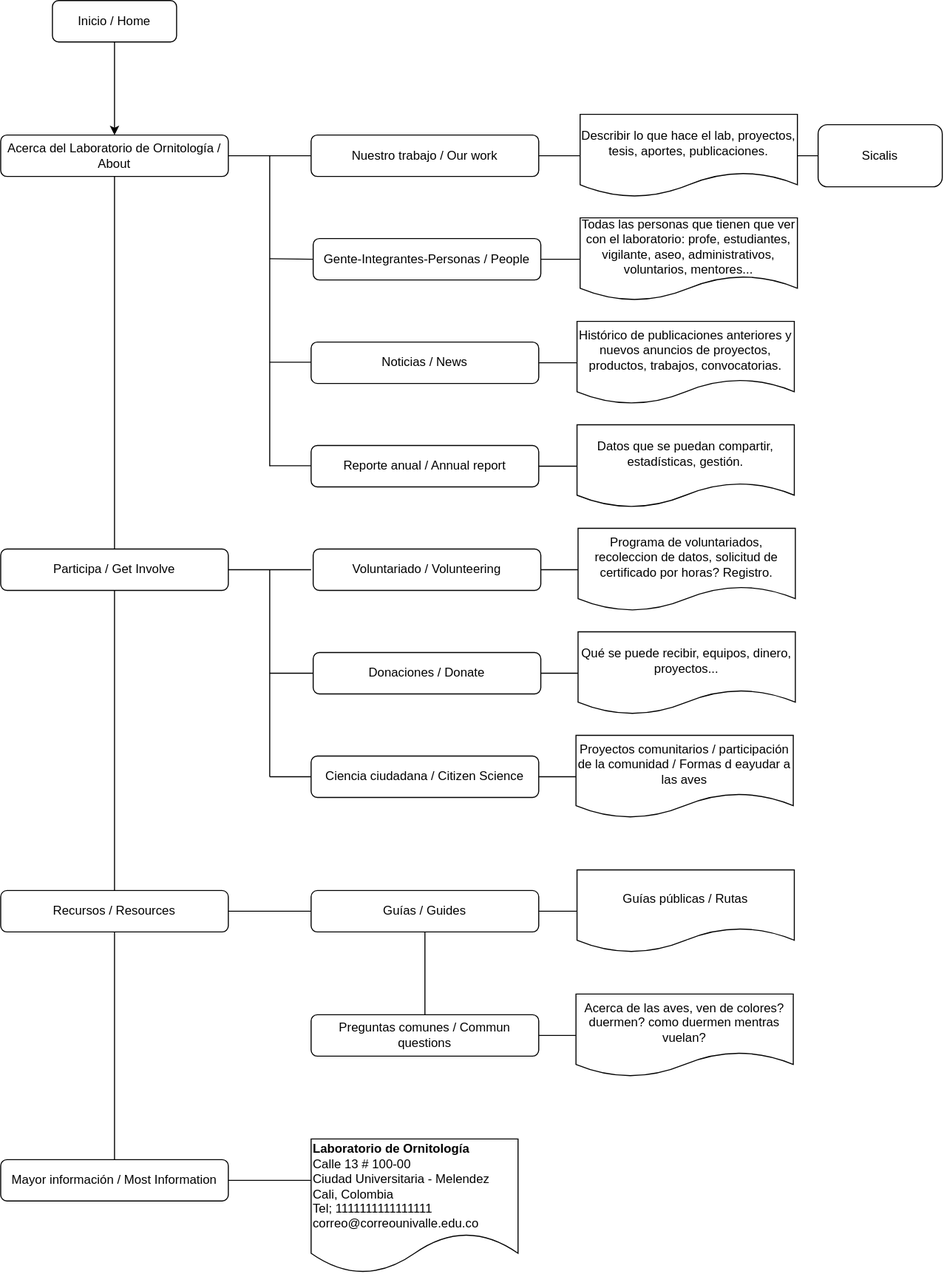
This is univalle.drawio.svg from isabelyb/univalle, a draw.io export, as it was before one commit. Source tidied: cells renumbered, new cells last; positions are measured from the earlier drawing's top-left corner, leaving out a move shared by most shapes. Source of this version:
```xml
<mxGraphModel>
  <root>
    <mxCell id="0" />
    <mxCell id="1" parent="0" />
    <mxCell id="2" style="edgeStyle=orthogonalEdgeStyle;rounded=0;jettySize=auto;html=1;" parent="1" edge="1" source="3" target="6">
      <mxGeometry relative="1" as="geometry" />
    </mxCell>
    <mxCell id="3" value="Inicio / Home" style="rounded=1;whiteSpace=wrap;html=1;fontSize=12;glass=0;strokeWidth=1;shadow=0;" parent="1" vertex="1">
      <mxGeometry x="50" width="120" height="40" as="geometry" />
    </mxCell>
    <mxCell id="4" style="edgeStyle=orthogonalEdgeStyle;rounded=0;jettySize=auto;html=1;endArrow=none;endFill=0;" parent="1" edge="1" source="6" target="8">
      <mxGeometry relative="1" as="geometry" />
    </mxCell>
    <mxCell id="5" style="edgeStyle=orthogonalEdgeStyle;rounded=0;jettySize=auto;html=1;endArrow=none;endFill=0;" parent="1" edge="1" source="6" target="26">
      <mxGeometry relative="1" as="geometry" />
    </mxCell>
    <mxCell id="6" value="Acerca del Laboratorio de Ornitología / About" style="rounded=1;whiteSpace=wrap;html=1;fontSize=12;glass=0;strokeWidth=1;shadow=0;" parent="1" vertex="1">
      <mxGeometry y="130" width="220" height="40" as="geometry" />
    </mxCell>
    <mxCell id="7" style="edgeStyle=orthogonalEdgeStyle;rounded=0;jettySize=auto;html=1;endArrow=none;endFill=0;" parent="1" edge="1" source="8" target="20">
      <mxGeometry relative="1" as="geometry" />
    </mxCell>
    <mxCell id="8" value="Nuestro trabajo / Our work" style="rounded=1;whiteSpace=wrap;html=1;fontSize=12;glass=0;strokeWidth=1;shadow=0;" parent="1" vertex="1">
      <mxGeometry x="300" y="130" width="220" height="40" as="geometry" />
    </mxCell>
    <mxCell id="9" style="endArrow=none;html=1;rounded=0;endFill=0;" parent="1" edge="1">
      <mxGeometry relative="1" as="geometry">
        <mxPoint x="260" y="150" as="sourcePoint" />
        <mxPoint x="260" y="450" as="targetPoint" />
      </mxGeometry>
    </mxCell>
    <mxCell id="10" style="endArrow=none;html=1;rounded=0;entryX=0;entryY=0.5;entryDx=0;entryDy=0;endFill=0;" parent="1" edge="1" target="11">
      <mxGeometry relative="1" as="geometry">
        <mxPoint x="260" y="249.5" as="sourcePoint" />
      </mxGeometry>
    </mxCell>
    <mxCell id="11" value="Gente-Integrantes-Personas / People" style="rounded=1;whiteSpace=wrap;html=1;fontSize=12;glass=0;strokeWidth=1;shadow=0;" parent="1" vertex="1">
      <mxGeometry x="302" y="230" width="220" height="40" as="geometry" />
    </mxCell>
    <mxCell id="12" style="endArrow=none;html=1;rounded=0;endFill=0;" parent="1" edge="1">
      <mxGeometry relative="1" as="geometry">
        <mxPoint x="260" y="349.5" as="sourcePoint" />
        <mxPoint x="300" y="349.5" as="targetPoint" />
        <Array as="points">
          <mxPoint x="290" y="349.5" />
        </Array>
      </mxGeometry>
    </mxCell>
    <mxCell id="13" value="Noticias / News" style="rounded=1;whiteSpace=wrap;html=1;fontSize=12;glass=0;strokeWidth=1;shadow=0;" parent="1" vertex="1">
      <mxGeometry x="300" y="330" width="220" height="40" as="geometry" />
    </mxCell>
    <mxCell id="14" style="endArrow=none;html=1;rounded=0;endFill=0;" parent="1" edge="1">
      <mxGeometry relative="1" as="geometry">
        <mxPoint x="260" y="449.5" as="sourcePoint" />
        <mxPoint x="300" y="449.5" as="targetPoint" />
        <Array as="points">
          <mxPoint x="290" y="449.5" />
        </Array>
      </mxGeometry>
    </mxCell>
    <mxCell id="15" value="Reporte anual / Annual report" style="rounded=1;whiteSpace=wrap;html=1;fontSize=12;glass=0;strokeWidth=1;shadow=0;" parent="1" vertex="1">
      <mxGeometry x="300" y="430" width="220" height="40" as="geometry" />
    </mxCell>
    <mxCell id="16" style="edgeStyle=orthogonalEdgeStyle;rounded=0;jettySize=auto;html=1;endArrow=none;endFill=0;" parent="1" edge="1" source="17" target="15">
      <mxGeometry relative="1" as="geometry" />
    </mxCell>
    <mxCell id="17" value="Datos que se puedan compartir, estadísticas, gestión." style="shape=document;whiteSpace=wrap;html=1;boundedLbl=1;rounded=1;shadow=0;strokeWidth=1;glass=0;" parent="1" vertex="1">
      <mxGeometry x="557" y="410" width="210" height="80" as="geometry" />
    </mxCell>
    <mxCell id="18" style="edgeStyle=orthogonalEdgeStyle;rounded=0;jettySize=auto;html=1;endArrow=none;endFill=0;exitX=1;exitY=0.5;exitDx=0;exitDy=0;exitPerimeter=0;" parent="1" edge="1" source="11" target="21">
      <mxGeometry relative="1" as="geometry" />
    </mxCell>
    <mxCell id="19" style="edgeStyle=orthogonalEdgeStyle;rounded=0;jettySize=auto;html=1;endArrow=none;endFill=0;" parent="1" edge="1" source="20" target="52">
      <mxGeometry relative="1" as="geometry" />
    </mxCell>
    <mxCell id="20" value="Describir lo que hace el lab, proyectos, tesis, aportes, publicaciones." style="shape=document;whiteSpace=wrap;html=1;boundedLbl=1;rounded=1;shadow=0;strokeWidth=1;glass=0;" parent="1" vertex="1">
      <mxGeometry x="560" y="110" width="210" height="80" as="geometry" />
    </mxCell>
    <mxCell id="21" value="Todas las personas que tienen que ver con el laboratorio: profe, estudiantes, vigilante, aseo, administrativos, voluntarios, mentores..." style="shape=document;whiteSpace=wrap;html=1;boundedLbl=1;rounded=1;shadow=0;strokeWidth=1;glass=0;" parent="1" vertex="1">
      <mxGeometry x="560" y="210" width="210" height="80" as="geometry" />
    </mxCell>
    <mxCell id="22" style="edgeStyle=orthogonalEdgeStyle;rounded=0;jettySize=auto;html=1;endArrow=none;endFill=0;exitX=1;exitY=0.5;exitDx=0;exitDy=0;" parent="1" edge="1" source="13" target="23">
      <mxGeometry relative="1" as="geometry" />
    </mxCell>
    <mxCell id="23" value="Histórico de publicaciones anteriores y nuevos anuncios de proyectos, productos, trabajos, convocatorias." style="shape=document;whiteSpace=wrap;html=1;boundedLbl=1;rounded=1;shadow=0;strokeWidth=1;glass=0;" parent="1" vertex="1">
      <mxGeometry x="557" y="310" width="210" height="80" as="geometry" />
    </mxCell>
    <mxCell id="24" style="edgeStyle=orthogonalEdgeStyle;rounded=0;jettySize=auto;html=1;endArrow=none;endFill=0;" parent="1" edge="1" source="26">
      <mxGeometry relative="1" as="geometry">
        <mxPoint x="300" y="550" as="targetPoint" />
      </mxGeometry>
    </mxCell>
    <mxCell id="25" style="edgeStyle=orthogonalEdgeStyle;rounded=0;jettySize=auto;html=1;endArrow=none;endFill=0;" parent="1" edge="1" source="26" target="41">
      <mxGeometry relative="1" as="geometry" />
    </mxCell>
    <mxCell id="26" value="Participa / Get Involve" style="whiteSpace=wrap;html=1;rounded=1;shadow=0;strokeWidth=1;glass=0;" parent="1" vertex="1">
      <mxGeometry y="530" width="220" height="40" as="geometry" />
    </mxCell>
    <mxCell id="27" style="endArrow=none;html=1;rounded=0;" parent="1" edge="1">
      <mxGeometry relative="1" as="geometry">
        <mxPoint x="260" y="550" as="sourcePoint" />
        <mxPoint x="260" y="750" as="targetPoint" />
      </mxGeometry>
    </mxCell>
    <mxCell id="28" style="edgeStyle=orthogonalEdgeStyle;rounded=0;jettySize=auto;html=1;endArrow=none;endFill=0;" parent="1" edge="1" source="29" target="30">
      <mxGeometry relative="1" as="geometry" />
    </mxCell>
    <mxCell id="29" value="Voluntariado / Volunteering" style="rounded=1;whiteSpace=wrap;html=1;fontSize=12;glass=0;strokeWidth=1;shadow=0;" parent="1" vertex="1">
      <mxGeometry x="302" y="530" width="220" height="40" as="geometry" />
    </mxCell>
    <mxCell id="30" value="Programa de voluntariados, recoleccion de datos, solicitud de certificado por horas? Registro." style="shape=document;whiteSpace=wrap;html=1;boundedLbl=1;rounded=1;shadow=0;strokeWidth=1;glass=0;" parent="1" vertex="1">
      <mxGeometry x="558" y="510" width="210" height="80" as="geometry" />
    </mxCell>
    <mxCell id="31" style="edgeStyle=orthogonalEdgeStyle;rounded=0;jettySize=auto;html=1;endArrow=none;endFill=0;" parent="1" edge="1" source="32" target="33">
      <mxGeometry relative="1" as="geometry" />
    </mxCell>
    <mxCell id="32" value="Donaciones / Donate" style="rounded=1;whiteSpace=wrap;html=1;fontSize=12;glass=0;strokeWidth=1;shadow=0;" parent="1" vertex="1">
      <mxGeometry x="302" y="630" width="220" height="40" as="geometry" />
    </mxCell>
    <mxCell id="33" value="Qué se puede recibir, equipos, dinero, proyectos..." style="shape=document;whiteSpace=wrap;html=1;boundedLbl=1;rounded=1;shadow=0;strokeWidth=1;glass=0;" parent="1" vertex="1">
      <mxGeometry x="558" y="610" width="210" height="80" as="geometry" />
    </mxCell>
    <mxCell id="34" style="endArrow=none;html=1;rounded=0;endFill=0;entryX=0;entryY=0.5;entryDx=0;entryDy=0;" parent="1" edge="1" target="32">
      <mxGeometry relative="1" as="geometry">
        <mxPoint x="260" y="650" as="sourcePoint" />
      </mxGeometry>
    </mxCell>
    <mxCell id="35" style="edgeStyle=orthogonalEdgeStyle;rounded=0;jettySize=auto;html=1;endArrow=none;endFill=0;" parent="1" edge="1" source="36" target="37">
      <mxGeometry relative="1" as="geometry" />
    </mxCell>
    <mxCell id="36" value="Ciencia ciudadana / Citizen Science" style="rounded=1;whiteSpace=wrap;html=1;fontSize=12;glass=0;strokeWidth=1;shadow=0;" parent="1" vertex="1">
      <mxGeometry x="300" y="730" width="220" height="40" as="geometry" />
    </mxCell>
    <mxCell id="37" value="Proyectos comunitarios / participación de la comunidad / Formas d eayudar a las aves" style="shape=document;whiteSpace=wrap;html=1;boundedLbl=1;rounded=1;shadow=0;strokeWidth=1;glass=0;" parent="1" vertex="1">
      <mxGeometry x="556" y="710" width="210" height="80" as="geometry" />
    </mxCell>
    <mxCell id="38" style="endArrow=none;html=1;rounded=0;" parent="1" edge="1">
      <mxGeometry relative="1" as="geometry">
        <mxPoint x="260" y="750" as="sourcePoint" />
        <mxPoint x="300" y="750" as="targetPoint" />
      </mxGeometry>
    </mxCell>
    <mxCell id="39" style="edgeStyle=orthogonalEdgeStyle;rounded=0;jettySize=auto;html=1;endArrow=none;endFill=0;" parent="1" edge="1" source="41" target="44">
      <mxGeometry relative="1" as="geometry" />
    </mxCell>
    <mxCell id="40" style="edgeStyle=orthogonalEdgeStyle;rounded=0;jettySize=auto;html=1;endArrow=none;endFill=0;" parent="1" edge="1" source="41" target="50">
      <mxGeometry relative="1" as="geometry" />
    </mxCell>
    <mxCell id="41" value="Recursos / Resources" style="whiteSpace=wrap;html=1;rounded=1;shadow=0;strokeWidth=1;glass=0;" parent="1" vertex="1">
      <mxGeometry y="860" width="220" height="40" as="geometry" />
    </mxCell>
    <mxCell id="42" style="edgeStyle=orthogonalEdgeStyle;rounded=0;jettySize=auto;html=1;endArrow=none;endFill=0;" parent="1" edge="1" source="44" target="45">
      <mxGeometry relative="1" as="geometry" />
    </mxCell>
    <mxCell id="43" style="edgeStyle=orthogonalEdgeStyle;rounded=0;jettySize=auto;html=1;endArrow=none;endFill=0;" parent="1" edge="1" source="44" target="47">
      <mxGeometry relative="1" as="geometry" />
    </mxCell>
    <mxCell id="44" value="Guías / Guides" style="whiteSpace=wrap;html=1;rounded=1;shadow=0;strokeWidth=1;glass=0;" parent="1" vertex="1">
      <mxGeometry x="300" y="860" width="220" height="40" as="geometry" />
    </mxCell>
    <mxCell id="45" value="Guías públicas / Rutas" style="shape=document;whiteSpace=wrap;html=1;boundedLbl=1;rounded=1;shadow=0;strokeWidth=1;glass=0;" parent="1" vertex="1">
      <mxGeometry x="557" y="840" width="210" height="80" as="geometry" />
    </mxCell>
    <mxCell id="46" style="edgeStyle=orthogonalEdgeStyle;rounded=0;jettySize=auto;html=1;endArrow=none;endFill=0;" parent="1" edge="1" source="47" target="48">
      <mxGeometry relative="1" as="geometry" />
    </mxCell>
    <mxCell id="47" value="Preguntas comunes / Commun questions" style="whiteSpace=wrap;html=1;rounded=1;shadow=0;strokeWidth=1;glass=0;" parent="1" vertex="1">
      <mxGeometry x="300" y="980" width="220" height="40" as="geometry" />
    </mxCell>
    <mxCell id="48" value="Acerca de las aves, ven de colores? duermen? como duermen mentras vuelan?" style="shape=document;whiteSpace=wrap;html=1;boundedLbl=1;rounded=1;shadow=0;strokeWidth=1;glass=0;" parent="1" vertex="1">
      <mxGeometry x="556" y="960" width="210" height="80" as="geometry" />
    </mxCell>
    <mxCell id="49" style="edgeStyle=orthogonalEdgeStyle;rounded=0;jettySize=auto;html=1;endArrow=none;endFill=0;" parent="1" edge="1" source="50">
      <mxGeometry relative="1" as="geometry">
        <mxPoint x="300" y="1140" as="targetPoint" />
      </mxGeometry>
    </mxCell>
    <mxCell id="50" value="Mayor información / Most Information" style="whiteSpace=wrap;html=1;rounded=1;shadow=0;strokeWidth=1;glass=0;" parent="1" vertex="1">
      <mxGeometry y="1120" width="220" height="40" as="geometry" />
    </mxCell>
    <mxCell id="51" value="&lt;b&gt;Laboratorio de Ornitología&lt;/b&gt;&lt;br&gt;&lt;div&gt;&lt;span&gt;Calle 13 # 100-00&lt;/span&gt;&lt;br&gt;&lt;/div&gt;&lt;div&gt;&lt;span&gt;&lt;div&gt;Ciudad Universitaria - Melendez&lt;/div&gt;&lt;div&gt;Cali, Colombia&lt;/div&gt;&lt;div&gt;Tel; 1111111111111111&lt;/div&gt;&lt;div&gt;correo@correounivalle.edu.co&lt;/div&gt;&lt;/span&gt;&lt;/div&gt;" style="shape=document;whiteSpace=wrap;html=1;boundedLbl=1;rounded=1;shadow=0;strokeWidth=1;glass=0;align=left;" parent="1" vertex="1">
      <mxGeometry x="300" y="1100" width="200" height="130" as="geometry" />
    </mxCell>
    <mxCell id="52" value="Sicalis" style="rounded=1;whiteSpace=wrap;html=1;shadow=0;strokeWidth=1;glass=0;" parent="1" vertex="1">
      <mxGeometry x="790" y="120" width="120" height="60" as="geometry" />
    </mxCell>
  </root>
</mxGraphModel>
```
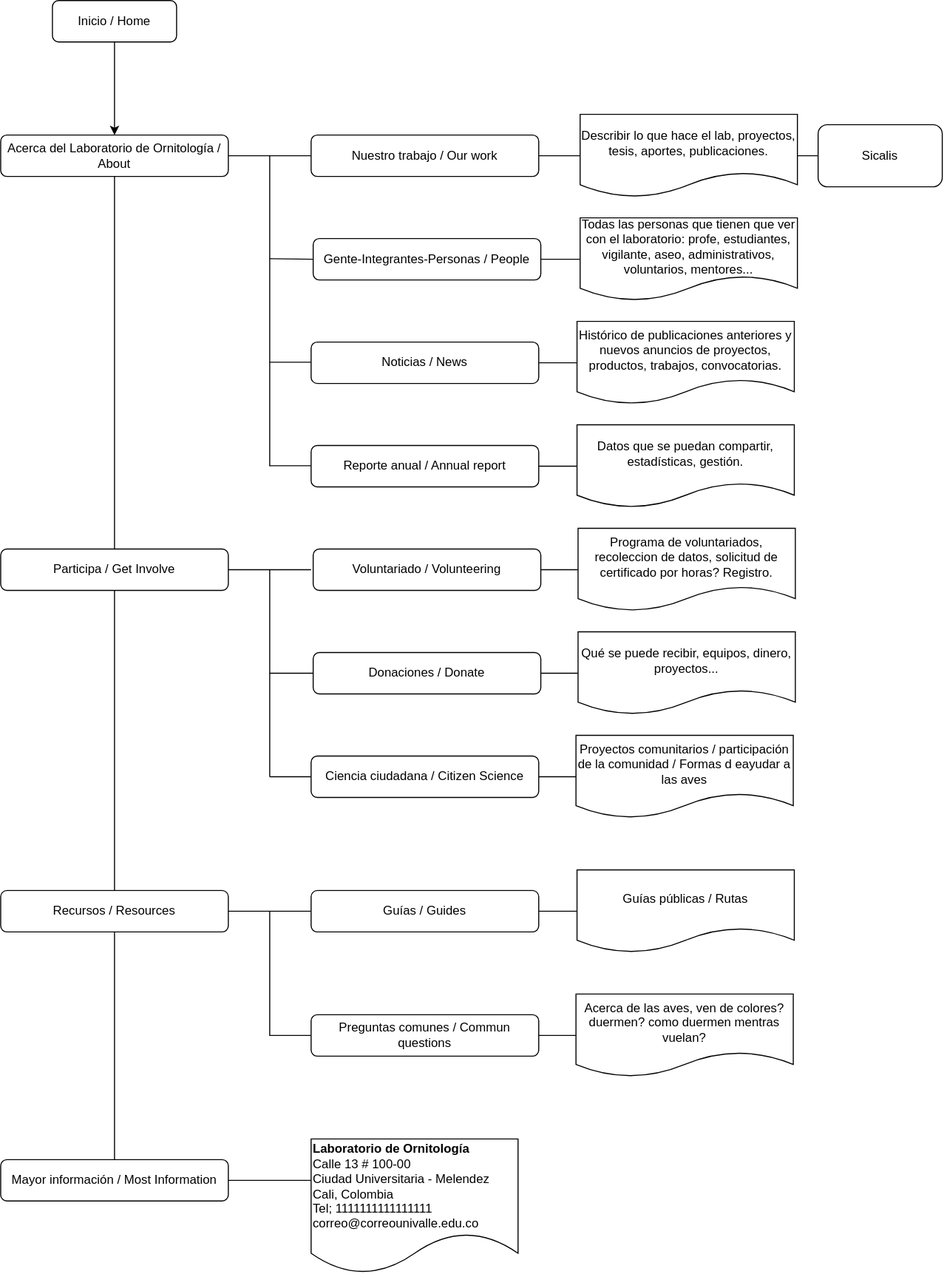
The same diagram one commit later.

What changed in the source:
```diff
@@ -152,8 +152,14 @@
     <mxCell id="42" style="edgeStyle=orthogonalEdgeStyle;rounded=0;jettySize=auto;html=1;endArrow=none;endFill=0;" parent="1" edge="1" source="44" target="45">
       <mxGeometry relative="1" as="geometry" />
     </mxCell>
-    <mxCell id="43" style="edgeStyle=orthogonalEdgeStyle;rounded=0;jettySize=auto;html=1;endArrow=none;endFill=0;" parent="1" edge="1" source="44" target="47">
-      <mxGeometry relative="1" as="geometry" />
+    <mxCell id="43" style="edgeStyle=orthogonalEdgeStyle;rounded=0;jettySize=auto;html=1;endArrow=none;endFill=0;" parent="1" edge="1" target="47">
+      <mxGeometry relative="1" as="geometry">
+        <mxPoint x="260" y="890" as="sourcePoint" />
+        <Array as="points">
+          <mxPoint x="260" y="880" />
+          <mxPoint x="260" y="1000" />
+        </Array>
+      </mxGeometry>
     </mxCell>
     <mxCell id="44" value="Guías / Guides" style="whiteSpace=wrap;html=1;rounded=1;shadow=0;strokeWidth=1;glass=0;" parent="1" vertex="1">
       <mxGeometry x="300" y="860" width="220" height="40" as="geometry" />
```
